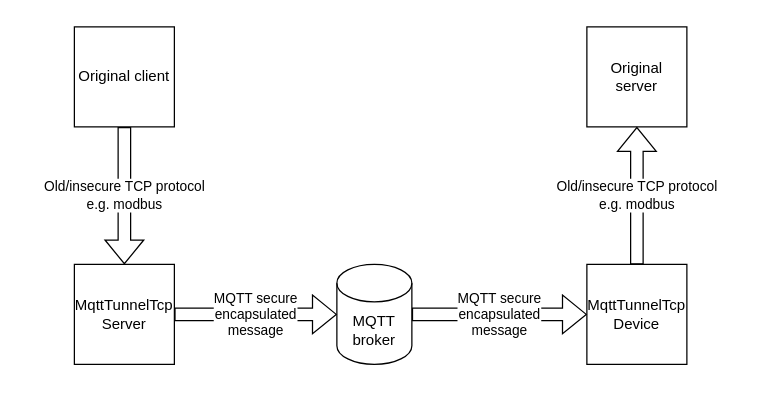
The draw.io diagram doc/mqttTunnelTcpAfter.drawio in LorenzoRompianesi/mqttTunnelTcp, before the edit. Source tidied: cells renumbered, new cells numbered last; positions are measured from the earlier drawing's top-left corner, leaving out a move shared by most shapes. Both pictures are drawn from the tidied source at 125%, with x=0, y=0 at pixel (74, 26).
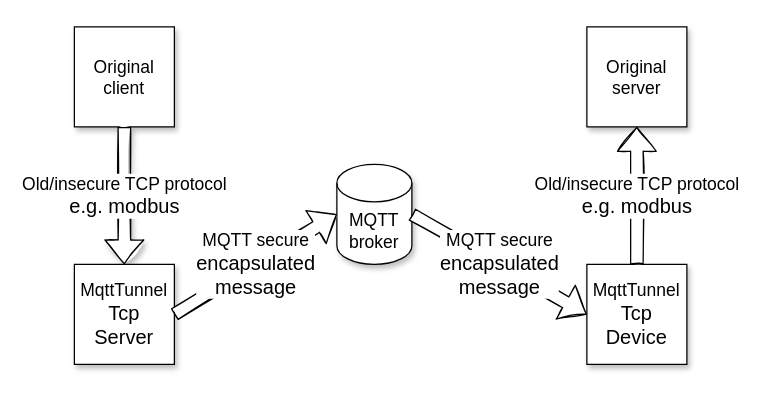
The same page after the edit.

Change to the diagram source:
```diff
@@
 <mxGraphModel>
   <root>
     <mxCell id="0" />
     <mxCell id="1" parent="0" />
-    <mxCell id="2" value="&lt;div&gt;Original client&lt;/div&gt;" style="whiteSpace=wrap;html=1;" parent="1" vertex="1">
+    <mxCell id="2" value="&lt;div&gt;&lt;font style=&quot;font-size: 14px&quot;&gt;Original client&lt;/font&gt;&lt;/div&gt;" style="whiteSpace=wrap;html=1;shadow=1;" parent="1" vertex="1">
       <mxGeometry width="80" height="80" as="geometry" />
     </mxCell>
-    <mxCell id="3" value="Original server" style="whiteSpace=wrap;html=1;" parent="1" vertex="1">
+    <mxCell id="3" value="&lt;font style=&quot;font-size: 14px&quot;&gt;Original server&lt;/font&gt;" style="whiteSpace=wrap;html=1;shadow=1;" parent="1" vertex="1">
       <mxGeometry x="410" width="80" height="80" as="geometry" />
     </mxCell>
-    <mxCell id="4" value="&lt;div&gt;Old/insecure TCP protocol&lt;/div&gt;&lt;div&gt;e.g. modbus&lt;/div&gt;" style="endArrow=classic;html=1;rounded=0;shape=flexArrow;exitX=0.5;exitY=1;exitDx=0;exitDy=0;" parent="1" edge="1" source="2" target="6">
+    <mxCell id="4" value="&lt;div&gt;&lt;font style=&quot;font-size: 14px&quot;&gt;Old/insecure TCP protocol&lt;/font&gt;&lt;/div&gt;&lt;div&gt;&lt;font size=&quot;3&quot;&gt;e.g. modbus&lt;/font&gt;&lt;/div&gt;" style="endArrow=classic;html=1;rounded=0;shape=flexArrow;exitX=0.5;exitY=1;exitDx=0;exitDy=0;shadow=1;sketch=1;fillColor=#FFFFFF;" parent="1" edge="1" source="2" target="6">
       <mxGeometry relative="1" as="geometry" />
     </mxCell>
-    <mxCell id="5" value="MQTT broker" style="shape=cylinder3;whiteSpace=wrap;html=1;boundedLbl=1;backgroundOutline=1;size=15;" parent="1" vertex="1">
-      <mxGeometry x="210" y="190" width="60" height="80" as="geometry" />
+    <mxCell id="5" value="&lt;font style=&quot;font-size: 14px&quot;&gt;MQTT broker&lt;/font&gt;" style="shape=cylinder3;whiteSpace=wrap;html=1;boundedLbl=1;backgroundOutline=1;size=15;shadow=1;" parent="1" vertex="1">
+      <mxGeometry x="210" y="110" width="60" height="80" as="geometry" />
     </mxCell>
-    <mxCell id="6" value="&lt;div&gt;MqttTunnelTcp&lt;/div&gt;&lt;div&gt;Server&lt;/div&gt;" style="whiteSpace=wrap;html=1;" parent="1" vertex="1">
+    <mxCell id="6" value="&lt;div&gt;&lt;font style=&quot;font-size: 14px&quot;&gt;MqttTunnel&lt;/font&gt;&lt;/div&gt;&lt;div&gt;&lt;font size=&quot;3&quot;&gt;Tcp&lt;/font&gt;&lt;/div&gt;&lt;div&gt;&lt;font size=&quot;3&quot;&gt;Server&lt;/font&gt;&lt;/div&gt;" style="whiteSpace=wrap;html=1;shadow=1;" parent="1" vertex="1">
       <mxGeometry y="190" width="80" height="80" as="geometry" />
     </mxCell>
-    <mxCell id="7" value="&lt;div&gt;MQTT secure&lt;br&gt;&lt;/div&gt;&lt;div&gt;encapsulated&lt;/div&gt;&lt;div&gt;message&lt;br&gt;&lt;/div&gt;" style="endArrow=classic;html=1;rounded=0;shape=flexArrow;exitX=1;exitY=0.5;exitDx=0;exitDy=0;entryX=0;entryY=0.5;entryDx=0;entryDy=0;entryPerimeter=0;" parent="1" edge="1" source="6" target="5">
+    <mxCell id="7" value="&lt;div&gt;&lt;font style=&quot;font-size: 14px&quot;&gt;MQTT secure&lt;br&gt;&lt;/font&gt;&lt;/div&gt;&lt;div&gt;&lt;font size=&quot;3&quot;&gt;encapsulated&lt;/font&gt;&lt;/div&gt;&lt;div&gt;&lt;font size=&quot;3&quot;&gt;message&lt;/font&gt;&lt;br&gt;&lt;/div&gt;" style="endArrow=classic;html=1;rounded=0;shape=flexArrow;exitX=1;exitY=0.5;exitDx=0;exitDy=0;entryX=0;entryY=0.5;entryDx=0;entryDy=0;entryPerimeter=0;fillColor=#FFFFFF;sketch=1;" parent="1" edge="1" source="6" target="5">
       <mxGeometry relative="1" as="geometry" />
     </mxCell>
-    <mxCell id="8" value="&lt;div&gt;MqttTunnelTcp&lt;/div&gt;&lt;div&gt;Device&lt;br&gt;&lt;/div&gt;" style="whiteSpace=wrap;html=1;" parent="1" vertex="1">
+    <mxCell id="8" value="&lt;div&gt;&lt;font style=&quot;font-size: 14px&quot;&gt;MqttTunnel&lt;/font&gt;&lt;/div&gt;&lt;div&gt;&lt;font size=&quot;3&quot;&gt;Tcp&lt;/font&gt;&lt;/div&gt;&lt;div&gt;&lt;font size=&quot;3&quot;&gt;Device&lt;/font&gt;&lt;br&gt;&lt;/div&gt;" style="whiteSpace=wrap;html=1;shadow=1;" parent="1" vertex="1">
       <mxGeometry x="410" y="190" width="80" height="80" as="geometry" />
     </mxCell>
-    <mxCell id="9" value="&lt;div&gt;MQTT secure&lt;br&gt;&lt;/div&gt;&lt;div&gt;encapsulated&lt;/div&gt;&lt;div&gt;message&lt;br&gt;&lt;/div&gt;" style="endArrow=classic;html=1;rounded=0;shape=flexArrow;exitX=1;exitY=0.5;exitDx=0;exitDy=0;entryX=0;entryY=0.5;entryDx=0;entryDy=0;exitPerimeter=0;" parent="1" edge="1" source="5" target="8">
+    <mxCell id="9" value="&lt;div&gt;&lt;font style=&quot;font-size: 14px&quot;&gt;MQTT secure&lt;br&gt;&lt;/font&gt;&lt;/div&gt;&lt;div&gt;&lt;font size=&quot;3&quot;&gt;encapsulated&lt;/font&gt;&lt;/div&gt;&lt;div&gt;&lt;font size=&quot;3&quot;&gt;message&lt;/font&gt;&lt;br&gt;&lt;/div&gt;" style="endArrow=classic;html=1;rounded=0;shape=flexArrow;exitX=1;exitY=0.5;exitDx=0;exitDy=0;entryX=0;entryY=0.5;entryDx=0;entryDy=0;exitPerimeter=0;fillColor=#FFFFFF;sketch=1;" parent="1" edge="1" source="5" target="8">
       <mxGeometry relative="1" as="geometry" />
     </mxCell>
-    <mxCell id="10" value="&lt;div&gt;Old/insecure TCP protocol&lt;/div&gt;&lt;div&gt;e.g. modbus&lt;/div&gt;" style="endArrow=classic;html=1;rounded=0;shape=flexArrow;exitX=0.5;exitY=0;exitDx=0;exitDy=0;entryX=0.5;entryY=1;entryDx=0;entryDy=0;" parent="1" edge="1" source="8" target="3">
+    <mxCell id="10" value="&lt;div&gt;&lt;font style=&quot;font-size: 14px&quot;&gt;Old/insecure TCP protocol&lt;/font&gt;&lt;/div&gt;&lt;div&gt;&lt;font size=&quot;3&quot;&gt;e.g. modbus&lt;/font&gt;&lt;/div&gt;" style="endArrow=classic;html=1;rounded=0;shape=flexArrow;exitX=0.5;exitY=0;exitDx=0;exitDy=0;entryX=0.5;entryY=1;entryDx=0;entryDy=0;fillColor=#FFFFFF;sketch=1;" parent="1" edge="1" source="8" target="3">
       <mxGeometry relative="1" as="geometry" />
     </mxCell>
   </root>
 </mxGraphModel>
```
